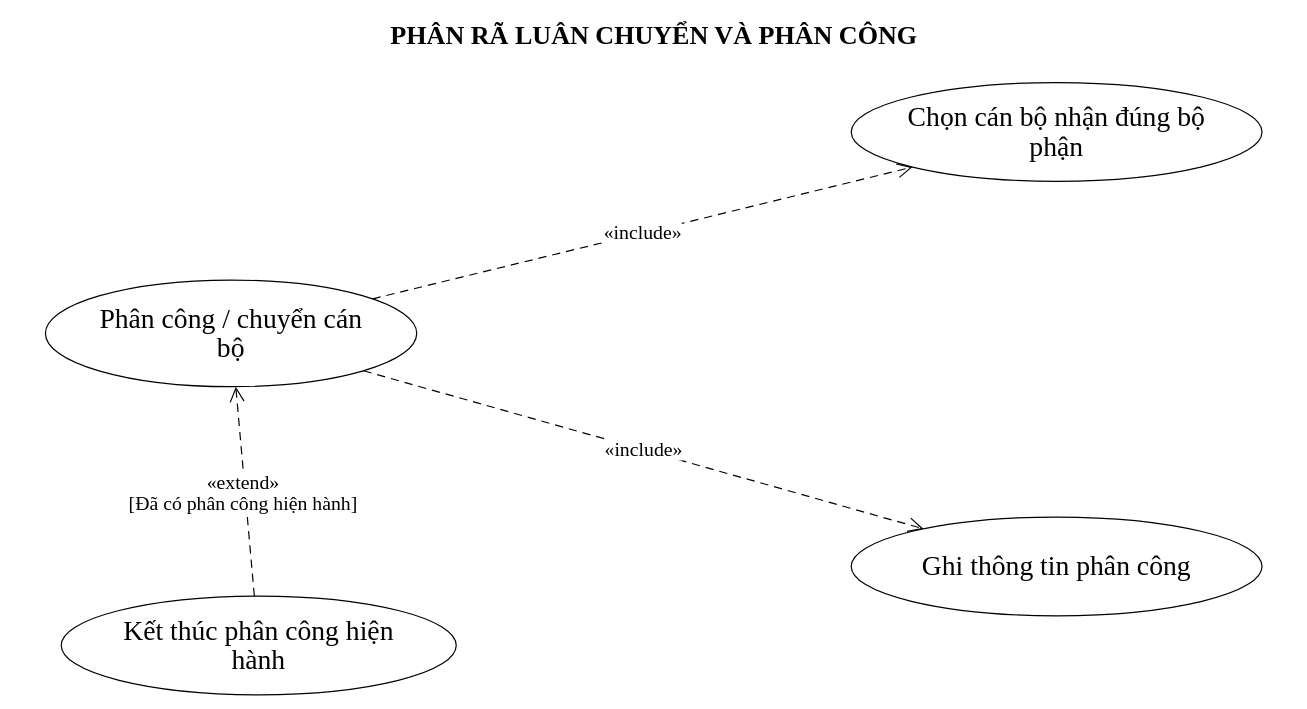
Earlier version of the draw.io diagram 03_So_do_Drawio/02_Use_Case/Hinh_2_05_Phan_ra_UC04_Luan_chuyen_va_phan_cong.drawio (truonggiabao24072005-stack/CIV-01-Cong-Mot-Cua). Source tidied: cells renumbered, new cells numbered last; positions are measured from the earlier drawing's top-left corner, leaving out a move shared by most shapes. Both pictures are drawn from the tidied source at 79%, with x=0, y=0 at pixel (13, 13).
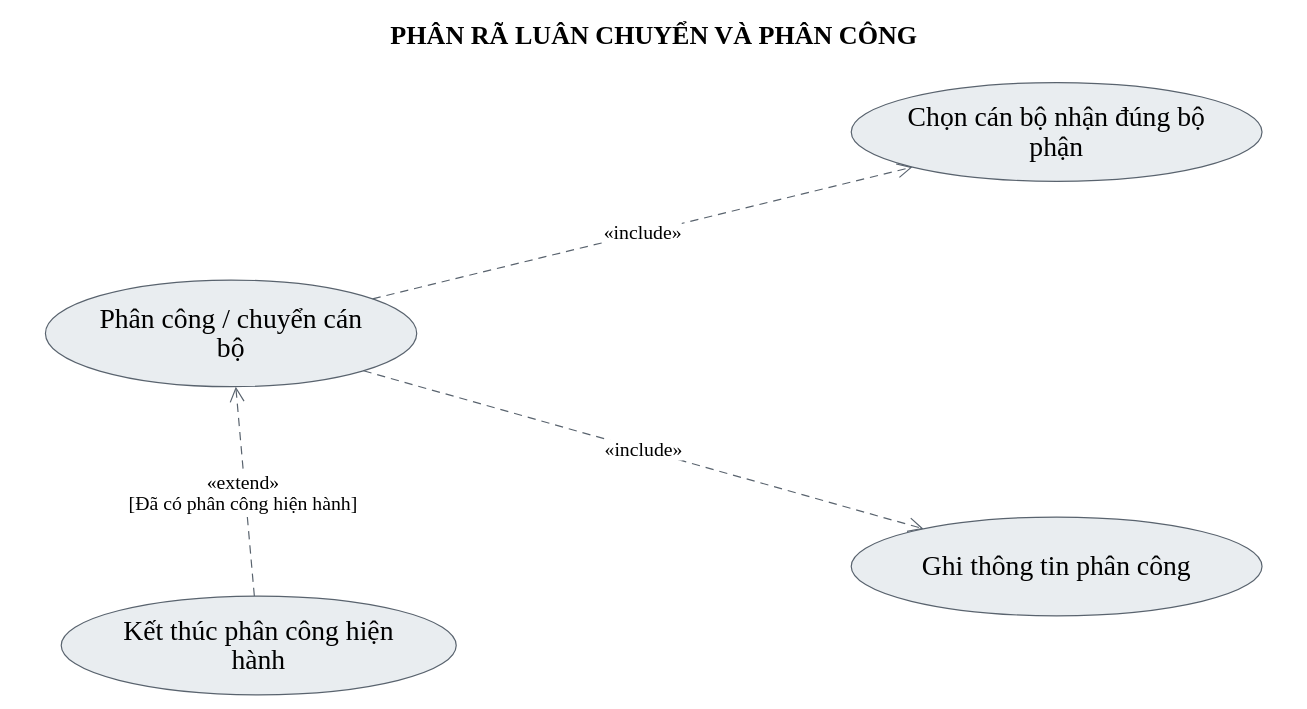
After the change.

The edit, as a diff of the source:
```diff
@@
 <mxGraphModel>
   <root>
     <mxCell id="0" />
     <mxCell id="1" parent="0" />
     <mxCell id="2" value="PHÂN RÃ LUÂN CHUYỂN VÀ PHÂN CÔNG" style="text;html=1;align=center;verticalAlign=middle;fontFamily=Times New Roman;fontSize=33;fontStyle=1;fontColor=#000000;strokeColor=none;fillColor=none;" parent="1" vertex="1">
       <mxGeometry width="1620" height="56" as="geometry" />
     </mxCell>
-    <mxCell id="3" value="&lt;div style=&quot;line-height:1.05;&quot;&gt;Phân công / chuyển cán&lt;br&gt;bộ&lt;/div&gt;" style="ellipse;whiteSpace=wrap;html=1;spacing=10;fontStyle=0;fillColor=#FFFFFF;strokeColor=#000000;strokeWidth=1.5;fontColor=#000000;fontFamily=Times New Roman;fontSize=35;" parent="1" vertex="1">
+    <mxCell id="3" value="&lt;div style=&quot;line-height:1.05;&quot;&gt;Phân công / chuyển cán&lt;br&gt;bộ&lt;/div&gt;" style="ellipse;whiteSpace=wrap;html=1;spacing=10;fontStyle=0;fillColor=#E9EDF0;strokeColor=#59636E;strokeWidth=1.5;fontColor=#000000;fontFamily=Times New Roman;fontSize=35;" parent="1" vertex="1">
       <mxGeometry x="40" y="337" width="470" height="135" as="geometry" />
     </mxCell>
-    <mxCell id="4" value="&lt;div style=&quot;line-height:1.05;&quot;&gt;Chọn cán bộ nhận đúng bộ&lt;br&gt;phận&lt;/div&gt;" style="ellipse;whiteSpace=wrap;html=1;spacing=10;fontStyle=0;fillColor=#FFFFFF;strokeColor=#000000;strokeWidth=1.5;fontColor=#000000;fontFamily=Times New Roman;fontSize=35;" parent="1" vertex="1">
+    <mxCell id="4" value="&lt;div style=&quot;line-height:1.05;&quot;&gt;Chọn cán bộ nhận đúng bộ&lt;br&gt;phận&lt;/div&gt;" style="ellipse;whiteSpace=wrap;html=1;spacing=10;fontStyle=0;fillColor=#E9EDF0;strokeColor=#59636E;strokeWidth=1.5;fontColor=#000000;fontFamily=Times New Roman;fontSize=35;" parent="1" vertex="1">
       <mxGeometry x="1060" y="87" width="520" height="125" as="geometry" />
     </mxCell>
-    <mxCell id="5" value="&lt;div style=&quot;line-height:1.05;&quot;&gt;Ghi thông tin phân công&lt;/div&gt;" style="ellipse;whiteSpace=wrap;html=1;spacing=10;fontStyle=0;fillColor=#FFFFFF;strokeColor=#000000;strokeWidth=1.5;fontColor=#000000;fontFamily=Times New Roman;fontSize=35;" parent="1" vertex="1">
+    <mxCell id="5" value="&lt;div style=&quot;line-height:1.05;&quot;&gt;Ghi thông tin phân công&lt;/div&gt;" style="ellipse;whiteSpace=wrap;html=1;spacing=10;fontStyle=0;fillColor=#E9EDF0;strokeColor=#59636E;strokeWidth=1.5;fontColor=#000000;fontFamily=Times New Roman;fontSize=35;" parent="1" vertex="1">
       <mxGeometry x="1060" y="637" width="520" height="125" as="geometry" />
     </mxCell>
-    <mxCell id="6" value="&lt;div style=&quot;line-height:1.05;&quot;&gt;Kết thúc phân công hiện&lt;br&gt;hành&lt;/div&gt;" style="ellipse;whiteSpace=wrap;html=1;spacing=10;fontStyle=0;fillColor=#FFFFFF;strokeColor=#000000;strokeWidth=1.5;fontColor=#000000;fontFamily=Times New Roman;fontSize=35;" parent="1" vertex="1">
+    <mxCell id="6" value="&lt;div style=&quot;line-height:1.05;&quot;&gt;Kết thúc phân công hiện&lt;br&gt;hành&lt;/div&gt;" style="ellipse;whiteSpace=wrap;html=1;spacing=10;fontStyle=0;fillColor=#E9EDF0;strokeColor=#59636E;strokeWidth=1.5;fontColor=#000000;fontFamily=Times New Roman;fontSize=35;" parent="1" vertex="1">
       <mxGeometry x="60" y="737" width="500" height="125" as="geometry" />
     </mxCell>
-    <mxCell id="7" value="&lt;div style=&quot;line-height:1.05;&quot;&gt;«include»&lt;/div&gt;" style="html=1;rounded=0;endArrow=open;endSize=16;endFill=0;startArrow=none;dashed=1;dashPattern=7 5;strokeWidth=1.5;strokeColor=#000000;exitX=0.881055;exitY=0.176276;entryX=0.149109;entryY=0.856196;exitPerimeter=0;entryPerimeter=0;labelWidth=119;fontSize=25;fontFamily=Times New Roman;fontColor=#000000;labelBackgroundColor=#FFFFFF;" parent="1" edge="1" source="3" target="4">
+    <mxCell id="7" value="&lt;div style=&quot;line-height:1.05;&quot;&gt;«include»&lt;/div&gt;" style="html=1;rounded=0;endArrow=open;endSize=16;endFill=0;startArrow=none;dashed=1;dashPattern=7 5;strokeWidth=1.5;strokeColor=#59636E;exitX=0.881055;exitY=0.176276;entryX=0.149109;entryY=0.856196;exitPerimeter=0;entryPerimeter=0;labelWidth=119;fontSize=25;fontFamily=Times New Roman;fontColor=#000000;labelBackgroundColor=#FFFFFF;" parent="1" edge="1" source="3" target="4">
       <mxGeometry relative="1" as="geometry" />
     </mxCell>
-    <mxCell id="8" value="&lt;div style=&quot;line-height:1.05;&quot;&gt;«include»&lt;/div&gt;" style="html=1;rounded=0;endArrow=open;endSize=16;endFill=0;startArrow=none;dashed=1;dashPattern=7 5;strokeWidth=1.5;strokeColor=#000000;exitX=0.856605;exitY=0.850475;entryX=0.175837;entryY=0.119318;exitPerimeter=0;entryPerimeter=0;labelWidth=119;fontSize=25;fontFamily=Times New Roman;fontColor=#000000;labelBackgroundColor=#FFFFFF;" parent="1" edge="1" source="3" target="5">
+    <mxCell id="8" value="&lt;div style=&quot;line-height:1.05;&quot;&gt;«include»&lt;/div&gt;" style="html=1;rounded=0;endArrow=open;endSize=16;endFill=0;startArrow=none;dashed=1;dashPattern=7 5;strokeWidth=1.5;strokeColor=#59636E;exitX=0.856605;exitY=0.850475;entryX=0.175837;entryY=0.119318;exitPerimeter=0;entryPerimeter=0;labelWidth=119;fontSize=25;fontFamily=Times New Roman;fontColor=#000000;labelBackgroundColor=#FFFFFF;" parent="1" edge="1" source="3" target="5">
       <mxGeometry relative="1" as="geometry" />
     </mxCell>
-    <mxCell id="9" value="&lt;div style=&quot;line-height:1.05;&quot;&gt;«extend»&lt;br&gt;[Đã có phân công hiện hành]&lt;/div&gt;" style="html=1;rounded=0;endArrow=open;endSize=16;endFill=0;startArrow=none;dashed=1;dashPattern=7 5;strokeWidth=1.5;strokeColor=#000000;exitX=0.488927;exitY=0.000123;entryX=0.512721;entryY=0.999838;exitPerimeter=0;entryPerimeter=0;labelWidth=311;fontSize=25;fontFamily=Times New Roman;fontColor=#000000;labelBackgroundColor=#FFFFFF;" parent="1" edge="1" source="6" target="3">
+    <mxCell id="9" value="&lt;div style=&quot;line-height:1.05;&quot;&gt;«extend»&lt;br&gt;[Đã có phân công hiện hành]&lt;/div&gt;" style="html=1;rounded=0;endArrow=open;endSize=16;endFill=0;startArrow=none;dashed=1;dashPattern=7 5;strokeWidth=1.5;strokeColor=#59636E;exitX=0.488927;exitY=0.000123;entryX=0.512721;entryY=0.999838;exitPerimeter=0;entryPerimeter=0;labelWidth=311;fontSize=25;fontFamily=Times New Roman;fontColor=#000000;labelBackgroundColor=#FFFFFF;" parent="1" edge="1" source="6" target="3">
       <mxGeometry relative="1" as="geometry">
         <mxPoint x="-2.7" y="2.5" as="offset" />
       </mxGeometry>
     </mxCell>
   </root>
 </mxGraphModel>
```
